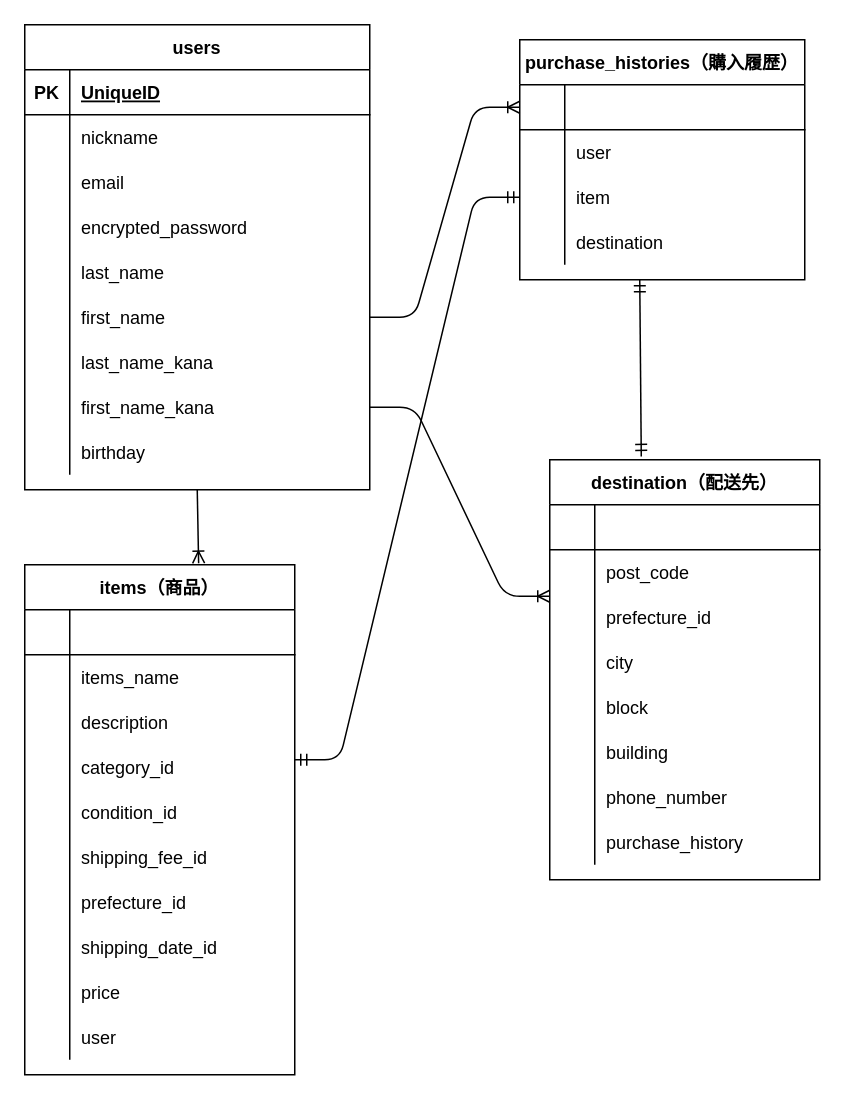
Before: furima.dio in btpgy54/furima-37674, a draw.io diagram. Source tidied: cells renumbered, new cells numbered last; positions are measured from the earlier drawing's top-left corner, leaving out a move shared by most shapes. Both pictures are drawn from the tidied source at 150%, with x=0, y=0 at pixel (24, 24).
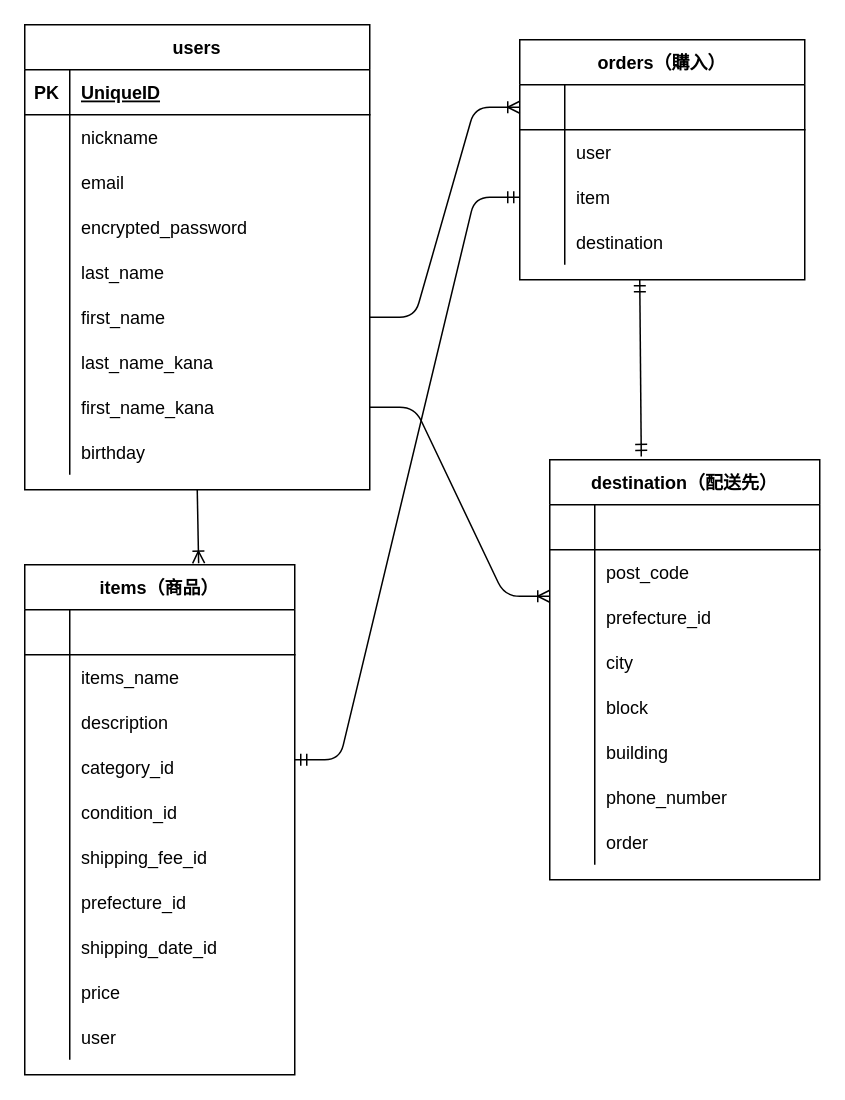
The same diagram, later.

Unchanged cells that the change refers to:
```xml
<mxCell id="52" style="shape=partialRectangle;fillColor=none;top=0;left=0;bottom=0;right=0;" parent="30" vertex="1">
  <mxGeometry y="240" width="180" height="30" as="geometry" />
</mxCell>
```

Change to the diagram source:
```diff
@@
-    <mxCell id="54" value="purchase_history" style="shape=partialRectangle;fillColor=none;top=0;left=0;bottom=0;right=0;align=left;spacingLeft=6;overflow=hidden;" parent="52" vertex="1">
+    <mxCell id="54" value="order" style="shape=partialRectangle;fillColor=none;top=0;left=0;bottom=0;right=0;align=left;spacingLeft=6;overflow=hidden;" parent="52" vertex="1">
       <mxGeometry x="30" width="150" height="30" as="geometry" />
     </mxCell>
@@
-    <mxCell id="88" value="purchase_histories（購入履歴）" style="shape=table;startSize=30;childLayout=tableLayout;rowLines=0;fontStyle=1;align=center;" parent="1" vertex="1">
+    <mxCell id="88" value="orders（購入）" style="shape=table;startSize=30;childLayout=tableLayout;rowLines=0;fontStyle=1;align=center;" parent="1" vertex="1">
       <mxGeometry x="330" y="10" width="190" height="160" as="geometry" />
     </mxCell>
```
